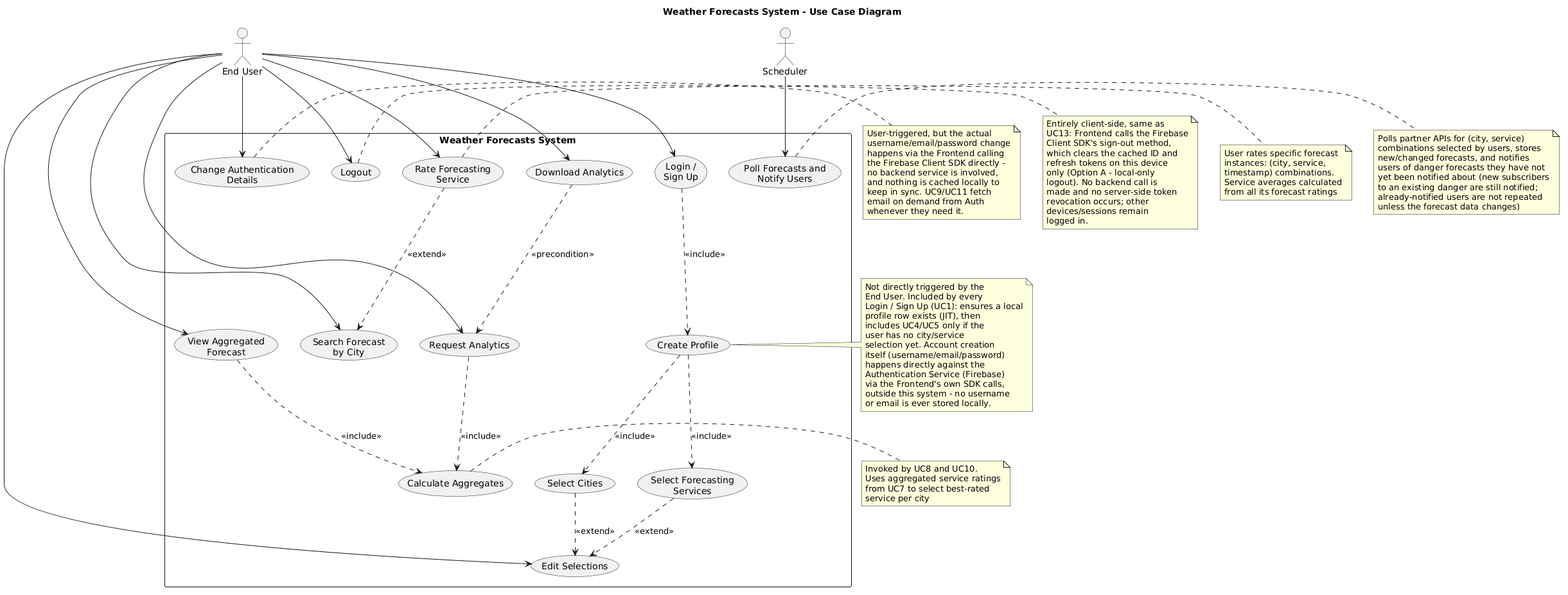
This is requirements/usecase_diagram.png from ManosMorf97/Weather-Forecasts-AI-Remastered, a PlantUML export, as it was before one commit.
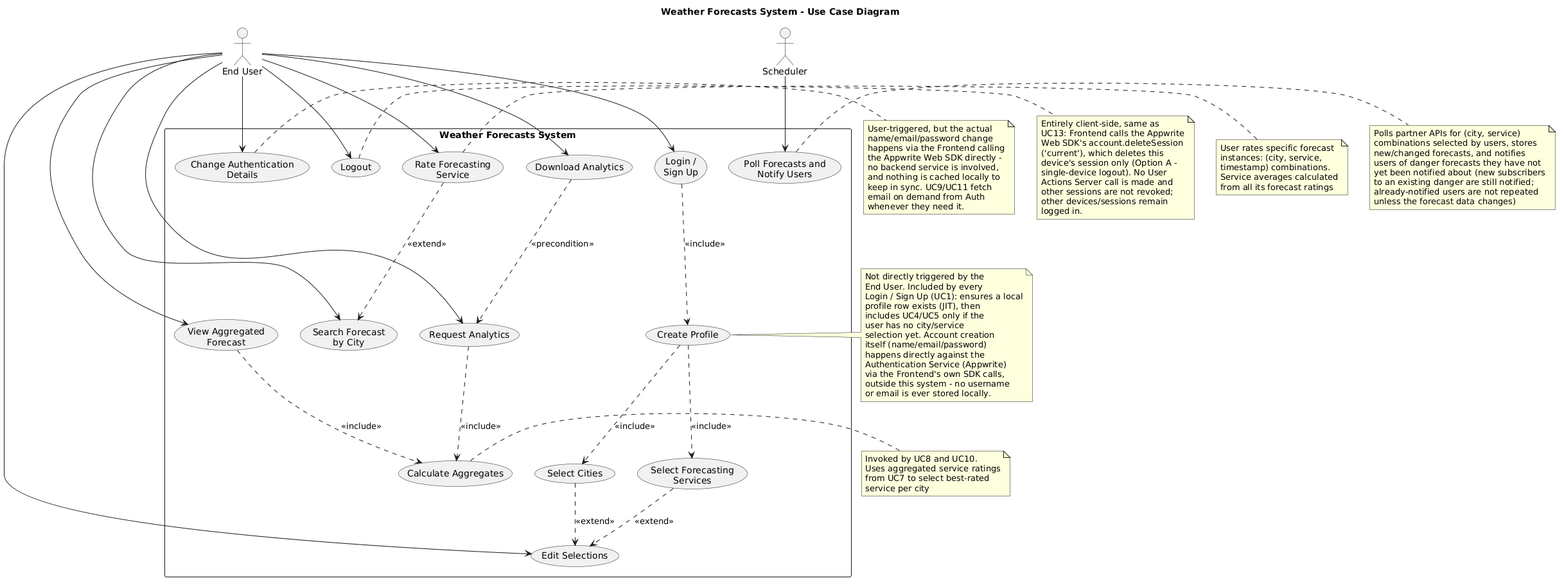
Later version of the same file.

What changed in the source:
```diff
@@ -58,9 +58,9 @@
   includes UC4/UC5 only if the
   user has no city/service
   selection yet. Account creation
-  itself (username/email/password)
+  itself (name/email/password)
   happens directly against the
-  Authentication Service (Firebase)
+  Authentication Service (Appwrite)
   via the Frontend's own SDK calls,
   outside this system - no username
   or email is ever stored locally.
@@ -68,9 +68,9 @@
 
 note right of UC13
   User-triggered, but the actual
-  username/email/password change
+  name/email/password change
   happens via the Frontend calling
-  the Firebase Client SDK directly -
+  the Appwrite Web SDK directly -
   no backend service is involved,
   and nothing is cached locally to
   keep in sync. UC9/UC11 fetch
@@ -80,15 +80,14 @@
 
 note right of UC14
   Entirely client-side, same as
-  UC13: Frontend calls the Firebase
-  Client SDK's sign-out method,
-  which clears the cached ID and
-  refresh tokens on this device
-  only (Option A - local-only
-  logout). No backend call is
-  made and no server-side token
-  revocation occurs; other
-  devices/sessions remain
+  UC13: Frontend calls the Appwrite
+  Web SDK's account.deleteSession
+  ('current'), which deletes this
+  device's session only (Option A -
+  single-device logout). No User
+  Actions Server call is made and
+  other sessions are not revoked;
+  other devices/sessions remain
   logged in.
 end note
 
```
